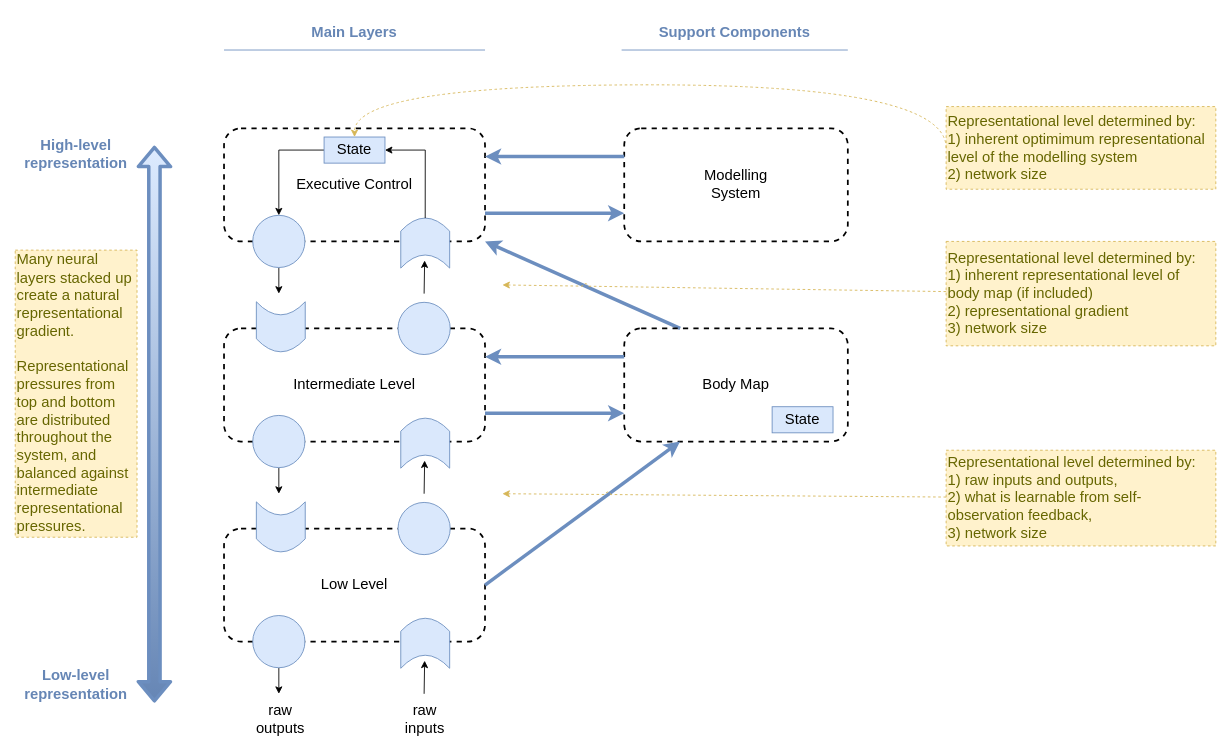
Before: page "representational-gradient" (9 of 17) of files/An-agi-architecture-v1.drawio in malcolmlett/malcolmlett.github.io, a draw.io diagram. Source tidied: cells renumbered, new cells numbered last; positions are measured from the earlier drawing's top-left corner, leaving out a move shared by most shapes. Both pictures are drawn from the tidied source at 87%, with x=0, y=0 at pixel (15, 15).
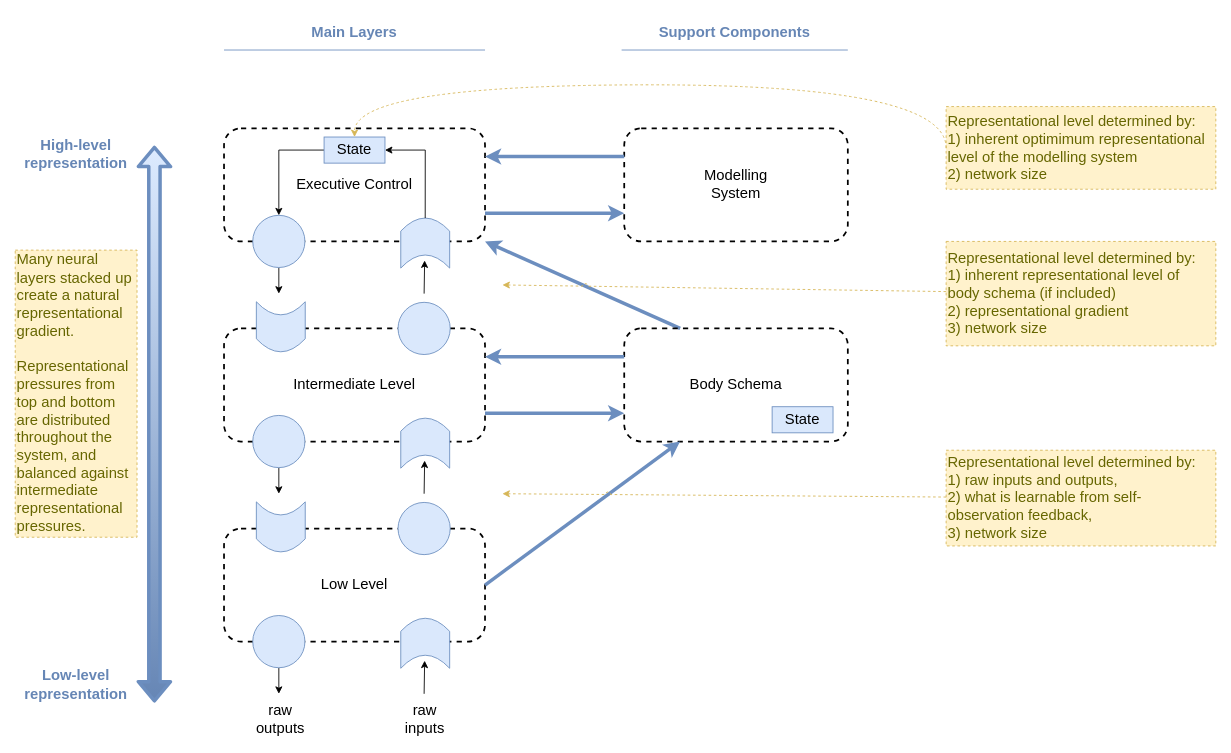
The same diagram, later.

The edit, as a diff of the source:
```diff
@@
-    <mxCell id="22" value="Body Map" style="rounded=1;whiteSpace=wrap;html=1;fillColor=none;dashed=1;strokeWidth=2;fontSize=17;" parent="1" vertex="1">
+    <mxCell id="22" value="Body Schema" style="rounded=1;whiteSpace=wrap;html=1;fillColor=none;dashed=1;strokeWidth=2;fontSize=17;" parent="1" vertex="1">
       <mxGeometry x="700" y="360" width="257" height="130" as="geometry" />
     </mxCell>
@@
-    <mxCell id="42" value="Representational level determined by:&lt;br&gt;1) inherent representational level of body map (if included)&lt;br&gt;2)&amp;nbsp;representational gradient&lt;br&gt;3) network size" style="rounded=0;whiteSpace=wrap;html=1;align=left;fillColor=#fff2cc;strokeColor=#d6b656;fontColor=#666600;dashed=1;fontSize=17;" parent="1" vertex="1">
+    <mxCell id="42" value="Representational level determined by:&lt;br&gt;1) inherent representational level of body schema (if included)&lt;br&gt;2)&amp;nbsp;representational gradient&lt;br&gt;3) network size" style="rounded=0;whiteSpace=wrap;html=1;align=left;fillColor=#fff2cc;strokeColor=#d6b656;fontColor=#666600;dashed=1;fontSize=17;" parent="1" vertex="1">
       <mxGeometry x="1070" y="260" width="310" height="120" as="geometry" />
     </mxCell>
```
